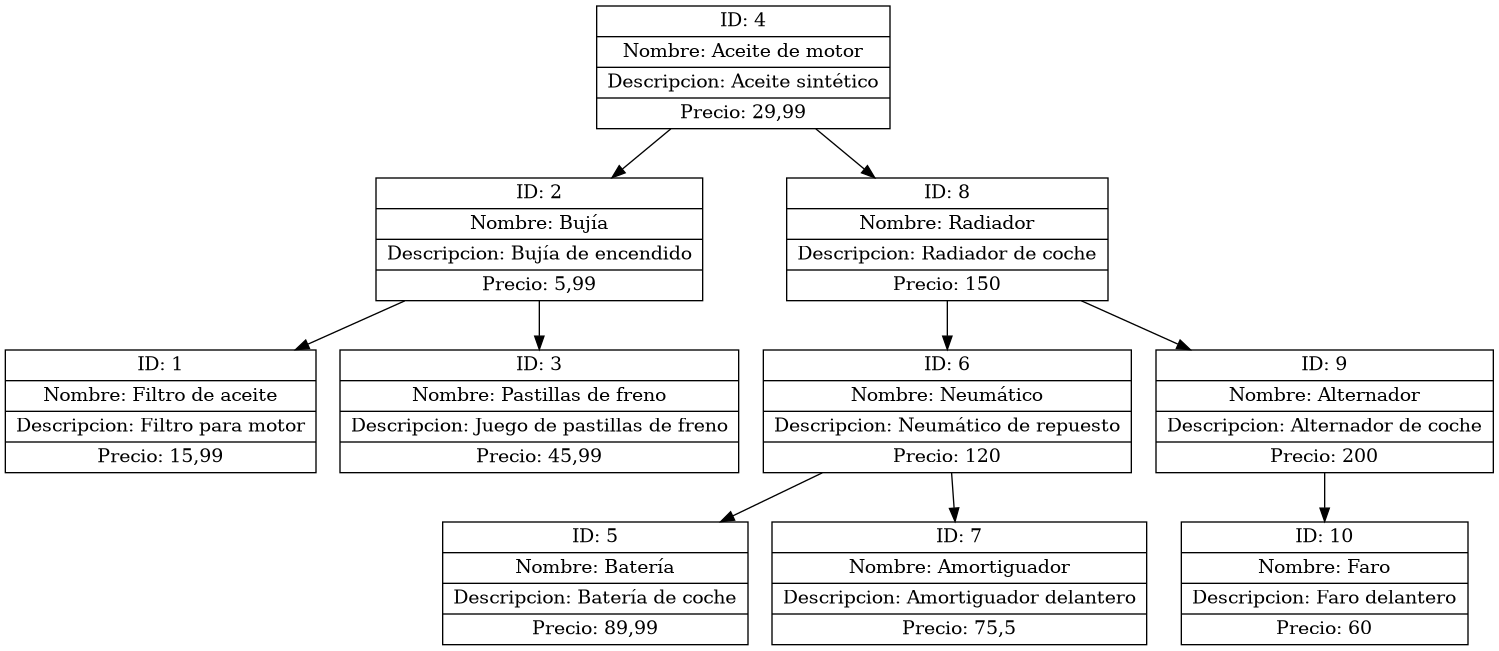
This is Fase#2/Reportes/repuestos.png from Farot30/-EDD-1S2025_202307820, a Graphviz export, as it was before one commit. Its source is kept beside it as Fase#2/Reportes/repuestos.dot.
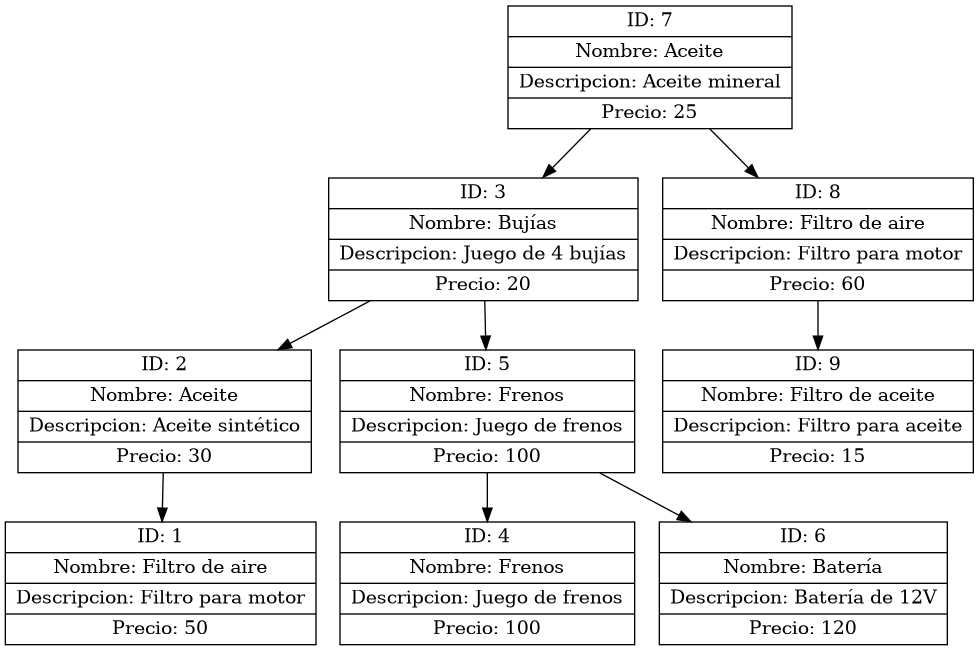
The same diagram one commit later.

Diff of the diagram source:
```diff
@@ -1,22 +1,20 @@
 digraph G {
     node [shape=record];
-    "4" [label="{ID: 4|Nombre: Aceite de motor|Descripcion: Aceite sintético|Precio: 29,99}"];
-    "4" -> "2";
-    "2" [label="{ID: 2|Nombre: Bujía|Descripcion: Bujía de encendido|Precio: 5,99}"];
+    "7" [label="{ID: 7|Nombre: Aceite|Descripcion: Aceite mineral|Precio: 25}"];
+    "7" -> "3";
+    "3" [label="{ID: 3|Nombre: Bujías|Descripcion: Juego de 4 bujías|Precio: 20}"];
+    "3" -> "2";
+    "2" [label="{ID: 2|Nombre: Aceite|Descripcion: Aceite sintético|Precio: 30}"];
     "2" -> "1";
-    "1" [label="{ID: 1|Nombre: Filtro de aceite|Descripcion: Filtro para motor|Precio: 15,99}"];
-    "2" -> "3";
-    "3" [label="{ID: 3|Nombre: Pastillas de freno|Descripcion: Juego de pastillas de freno|Precio: 45,99}"];
-    "4" -> "8";
-    "8" [label="{ID: 8|Nombre: Radiador|Descripcion: Radiador de coche|Precio: 150}"];
-    "8" -> "6";
-    "6" [label="{ID: 6|Nombre: Neumático|Descripcion: Neumático de repuesto|Precio: 120}"];
-    "6" -> "5";
-    "5" [label="{ID: 5|Nombre: Batería|Descripcion: Batería de coche|Precio: 89,99}"];
-    "6" -> "7";
-    "7" [label="{ID: 7|Nombre: Amortiguador|Descripcion: Amortiguador delantero|Precio: 75,5}"];
+    "1" [label="{ID: 1|Nombre: Filtro de aire|Descripcion: Filtro para motor|Precio: 50}"];
+    "3" -> "5";
+    "5" [label="{ID: 5|Nombre: Frenos|Descripcion: Juego de frenos|Precio: 100}"];
+    "5" -> "4";
+    "4" [label="{ID: 4|Nombre: Frenos|Descripcion: Juego de frenos|Precio: 100}"];
+    "5" -> "6";
+    "6" [label="{ID: 6|Nombre: Batería|Descripcion: Batería de 12V|Precio: 120}"];
+    "7" -> "8";
+    "8" [label="{ID: 8|Nombre: Filtro de aire|Descripcion: Filtro para motor|Precio: 60}"];
     "8" -> "9";
-    "9" [label="{ID: 9|Nombre: Alternador|Descripcion: Alternador de coche|Precio: 200}"];
-    "9" -> "10";
-    "10" [label="{ID: 10|Nombre: Faro|Descripcion: Faro delantero|Precio: 60}"];
+    "9" [label="{ID: 9|Nombre: Filtro de aceite|Descripcion: Filtro para aceite|Precio: 15}"];
 }
```
